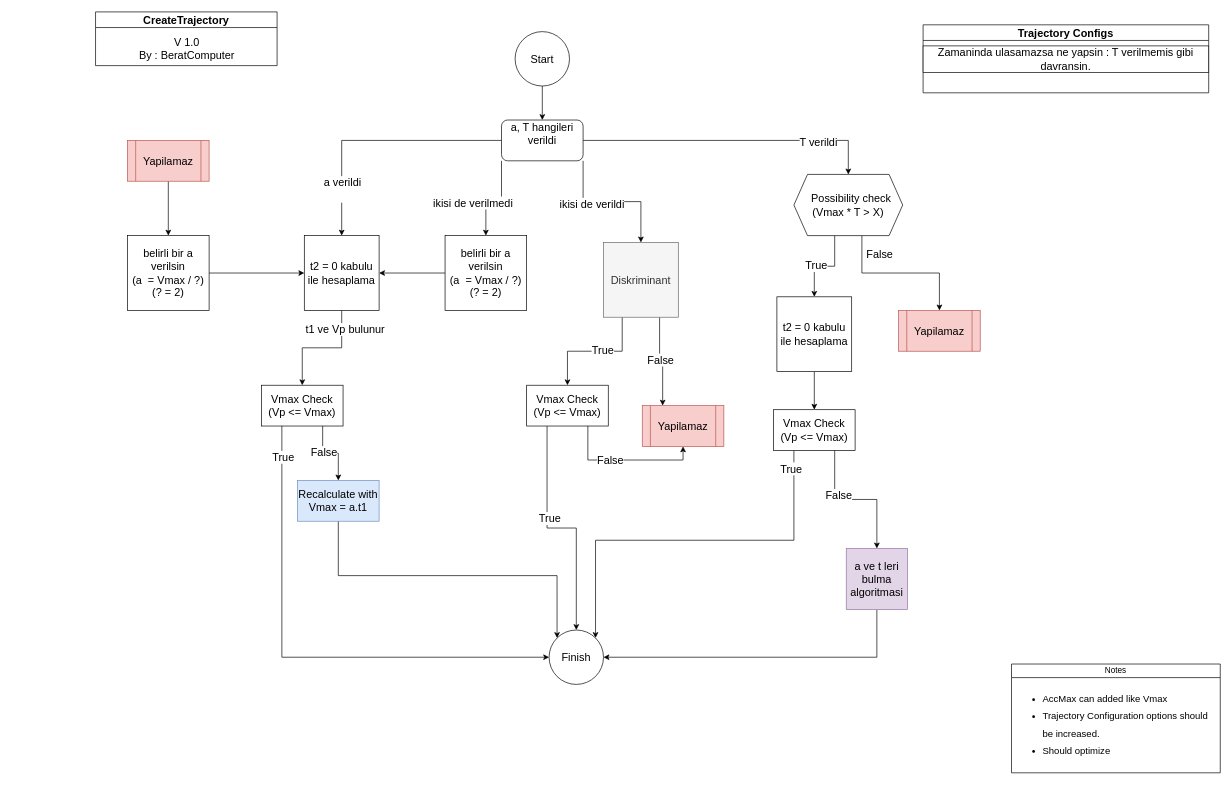
beratcomputer/ramp_trajectory keeps this draw.io diagram as Untitled Diagram.drawio. Above is the earlier version. Source tidied: cells renumbered, new cells numbered last; positions are measured from the earlier drawing's top-left corner, leaving out a move shared by most shapes. Both pictures are drawn from the tidied source at 68%, with x=0, y=0 at pixel (95, 12).
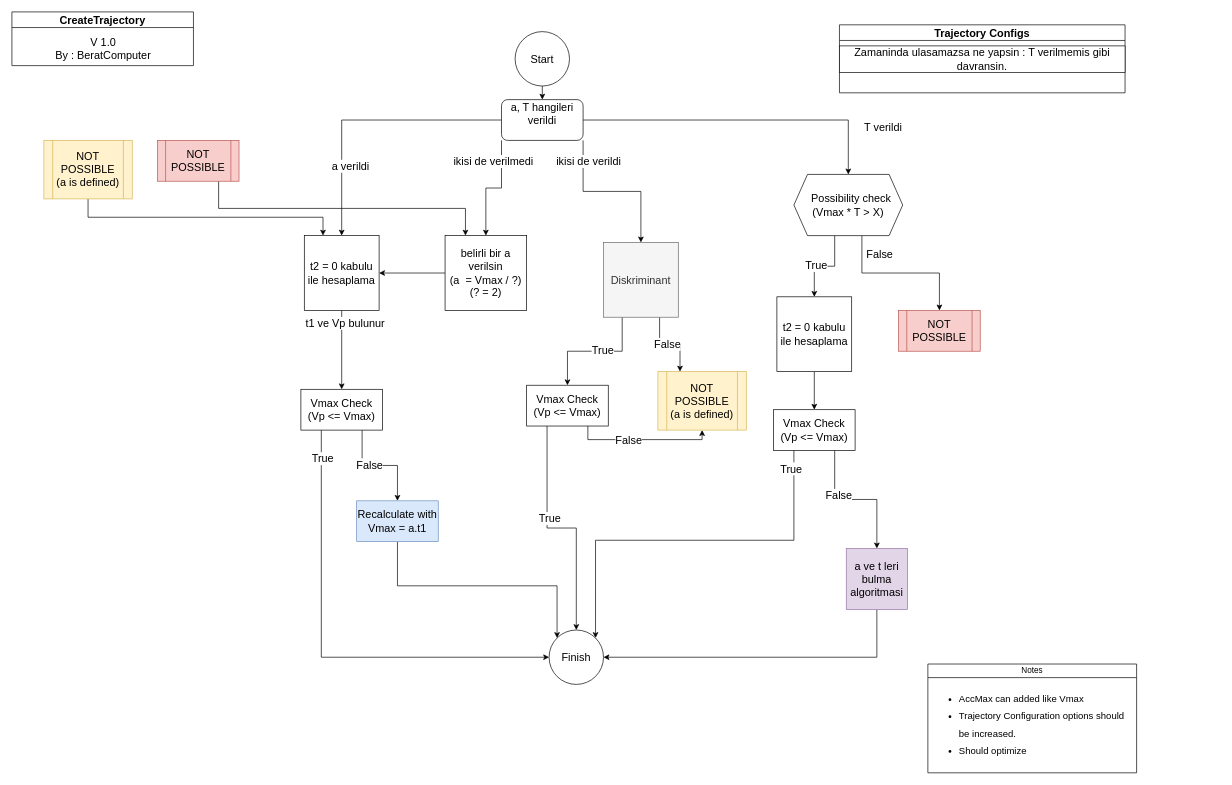
Above is the later version.

Unchanged cells that the change refers to:
```xml
<mxCell id="4" style="edgeStyle=orthogonalEdgeStyle;rounded=0;jettySize=auto;html=1;entryX=0.5;entryY=0;entryDx=0;entryDy=0;fontSize=16;exitX=1;exitY=1;exitDx=0;exitDy=0;" parent="1" edge="1" source="10" target="15">
  <mxGeometry relative="1" as="geometry" />
</mxCell>
<mxCell id="6" style="edgeStyle=orthogonalEdgeStyle;rounded=0;jettySize=auto;html=1;exitX=0;exitY=1;exitDx=0;exitDy=0;entryX=0.5;entryY=0;entryDx=0;entryDy=0;fontSize=16;" parent="1" edge="1" source="10" target="55">
  <mxGeometry relative="1" as="geometry" />
</mxCell>
<mxCell id="8" style="edgeStyle=orthogonalEdgeStyle;rounded=0;jettySize=auto;html=1;exitX=1;exitY=0.5;exitDx=0;exitDy=0;entryX=0.5;entryY=0;entryDx=0;entryDy=0;fontSize=16;" parent="1" edge="1" source="10" target="45">
  <mxGeometry relative="1" as="geometry" />
</mxCell>
<mxCell id="23" value="t2 = 0 kabulu ile hesaplama" style="whiteSpace=wrap;html=1;fontSize=16;" parent="1" vertex="1">
  <mxGeometry x="307" y="329" width="110" height="110" as="geometry" />
</mxCell>
<mxCell id="24" value="Finish" style="ellipse;whiteSpace=wrap;html=1;fontSize=16;" parent="1" vertex="1">
  <mxGeometry x="667" y="909" width="80" height="80" as="geometry" />
</mxCell>
<mxCell id="55" value="belirli bir a verilsin&lt;br&gt;(a&amp;nbsp; = Vmax / ?)&lt;br&gt;(? = 2)" style="rounded=0;whiteSpace=wrap;html=1;fontSize=16;" parent="1" vertex="1">
  <mxGeometry x="514" y="329" width="120" height="110" as="geometry" />
</mxCell>
```

Diff of the diagram source:
```diff
@@
-    <mxCell id="2" style="edgeStyle=orthogonalEdgeStyle;rounded=0;jettySize=auto;html=1;exitX=0;exitY=0.5;exitDx=0;exitDy=0;fontSize=16;entryX=0.5;entryY=0;entryDx=0;entryDy=0;" parent="1" edge="1" source="10" target="23">
+    <mxCell id="2" style="edgeStyle=orthogonalEdgeStyle;rounded=0;jettySize=auto;html=1;fontSize=16;entryX=0.5;entryY=0;entryDx=0;entryDy=0;exitX=0;exitY=0.5;exitDx=0;exitDy=0;" parent="1" edge="1" source="10" target="23">
       <mxGeometry relative="1" as="geometry">
         <Array as="points">
-          <mxPoint x="362" y="189" />
+          <mxPoint x="362" y="159" />
         </Array>
       </mxGeometry>
     </mxCell>
-    <mxCell id="3" value="a verildi&lt;div style=&quot;font-size: 16px;&quot;&gt;&lt;br style=&quot;font-size: 16px;&quot;&gt;&lt;/div&gt;" style="edgeLabel;html=1;align=center;verticalAlign=middle;fontSize=16;" parent="2" vertex="1">
-      <mxGeometry x="0.63" relative="1" as="geometry" />
+    <mxCell id="3" value="a verildi" style="edgeLabel;html=1;align=center;verticalAlign=middle;fontSize=16;" parent="2" vertex="1">
+      <mxGeometry x="0.63" relative="1" as="geometry">
+        <mxPoint x="12" y="-28" as="offset" />
+      </mxGeometry>
     </mxCell>
@@
     <mxCell id="5" value="ikisi de verildi" style="edgeLabel;html=1;align=center;verticalAlign=middle;fontSize=16;" parent="4" vertex="1">
       <mxGeometry x="-0.3" y="-4" relative="1" as="geometry">
-        <mxPoint y="-1" as="offset" />
+        <mxPoint y="-49" as="offset" />
       </mxGeometry>
     </mxCell>
@@
     <mxCell id="7" value="ikisi de verilmedi" style="edgeLabel;html=1;align=center;verticalAlign=middle;fontSize=16;" parent="6" vertex="1">
       <mxGeometry x="-0.3" y="-6" relative="1" as="geometry">
-        <mxPoint x="-37" y="14" as="offset" />
+        <mxPoint x="-7" y="-27" as="offset" />
       </mxGeometry>
     </mxCell>
@@
     <mxCell id="9" value="T verildi" style="edgeLabel;html=1;align=center;verticalAlign=middle;fontSize=16;" parent="8" vertex="1">
       <mxGeometry x="0.57" y="-3" relative="1" as="geometry">
-        <mxPoint y="-1" as="offset" />
+        <mxPoint x="71" y="7" as="offset" />
       </mxGeometry>
     </mxCell>
     <mxCell id="10" value="a, T hangileri verildi&lt;div style=&quot;font-size: 16px;&quot;&gt;&lt;br style=&quot;font-size: 16px;&quot;&gt;&lt;/div&gt;" style="rounded=1;whiteSpace=wrap;html=1;fontSize=16;" parent="1" vertex="1">
-      <mxGeometry x="597" y="159" width="120" height="60" as="geometry" />
+      <mxGeometry x="597" y="129" width="120" height="60" as="geometry" />
     </mxCell>
@@
-    <mxCell id="25" style="edgeStyle=orthogonalEdgeStyle;rounded=0;jettySize=auto;html=1;exitX=0.25;exitY=1;exitDx=0;exitDy=0;entryX=0;entryY=0.5;entryDx=0;entryDy=0;fontSize=16;" parent="1" edge="1" source="29" target="24">
+    <mxCell id="25" style="edgeStyle=orthogonalEdgeStyle;rounded=0;jettySize=auto;html=1;entryX=0;entryY=0.5;entryDx=0;entryDy=0;fontSize=16;exitX=0.25;exitY=1;exitDx=0;exitDy=0;" parent="1" edge="1" source="29" target="24">
       <mxGeometry relative="1" as="geometry" />
     </mxCell>
@@
-    <mxCell id="27" style="edgeStyle=orthogonalEdgeStyle;rounded=0;jettySize=auto;html=1;exitX=0.75;exitY=1;exitDx=0;exitDy=0;entryX=0.5;entryY=0;entryDx=0;entryDy=0;fontSize=16;" parent="1" edge="1" source="29" target="31">
+    <mxCell id="27" style="edgeStyle=orthogonalEdgeStyle;rounded=0;jettySize=auto;html=1;entryX=0.5;entryY=0;entryDx=0;entryDy=0;fontSize=16;exitX=0.75;exitY=1;exitDx=0;exitDy=0;" parent="1" edge="1" source="29" target="31">
       <mxGeometry relative="1" as="geometry" />
     </mxCell>
@@
     <mxCell id="29" value="Vmax Check&lt;div style=&quot;font-size: 16px;&quot;&gt;(Vp &amp;lt;= Vmax)&lt;/div&gt;" style="rounded=0;whiteSpace=wrap;html=1;fontSize=16;" parent="1" vertex="1">
-      <mxGeometry x="244" y="549" width="120" height="60" as="geometry" />
+      <mxGeometry x="302" y="555" width="120" height="60" as="geometry" />
     </mxCell>
@@
     <mxCell id="31" value="Recalculate with&lt;br style=&quot;font-size: 16px;&quot;&gt;Vmax = a.t1" style="rounded=0;whiteSpace=wrap;html=1;fillColor=#dae8fc;strokeColor=#6c8ebf;fontSize=16;" parent="1" vertex="1">
-      <mxGeometry x="297" y="689" width="120" height="60" as="geometry" />
+      <mxGeometry x="384" y="719" width="120" height="60" as="geometry" />
     </mxCell>
@@
-    <mxCell id="39" value="Yapilamaz" style="shape=process;whiteSpace=wrap;html=1;backgroundOutline=1;fillColor=#f8cecc;strokeColor=#b85450;fontSize=16;" parent="1" vertex="1">
-      <mxGeometry x="804" y="579" width="120" height="60" as="geometry" />
+    <mxCell id="39" value="NOT POSSIBLE&lt;br&gt;(a is defined)" style="shape=process;whiteSpace=wrap;html=1;backgroundOutline=1;fillColor=#fff2cc;strokeColor=#d6b656;fontSize=16;" parent="1" vertex="1">
+      <mxGeometry x="827" y="529" width="130" height="86" as="geometry" />
     </mxCell>
-    <mxCell id="40" value="Yapilamaz" style="shape=process;whiteSpace=wrap;html=1;backgroundOutline=1;fillColor=#f8cecc;strokeColor=#b85450;fontSize=16;" parent="1" vertex="1">
+    <mxCell id="40" value="NOT POSSIBLE" style="shape=process;whiteSpace=wrap;html=1;backgroundOutline=1;fillColor=#f8cecc;strokeColor=#b85450;fontSize=16;" parent="1" vertex="1">
       <mxGeometry x="1181" y="439" width="120" height="60" as="geometry" />
     </mxCell>
@@
     <mxCell id="46" value="CreateTrajectory" style="swimlane;whiteSpace=wrap;html=1;fontSize=16;" parent="1" vertex="1">
-      <mxGeometry width="267" height="79" as="geometry" />
+      <mxGeometry x="-123" width="267" height="79" as="geometry" />
     </mxCell>
@@
     <mxCell id="48" value="Notes" style="swimlane;fontStyle=0;horizontal=1;startSize=20;whiteSpace=wrap;html=1;" parent="1" vertex="1">
-      <mxGeometry x="1347" y="959" width="307" height="160" as="geometry" />
+      <mxGeometry x="1224" y="959" width="307" height="160" as="geometry" />
     </mxCell>
@@
     <mxCell id="56" value="Trajectory Configs" style="swimlane;whiteSpace=wrap;html=1;fontSize=16;" parent="1" vertex="1">
-      <mxGeometry x="1217" y="19" width="420" height="100" as="geometry" />
+      <mxGeometry x="1094" y="19" width="420" height="100" as="geometry" />
     </mxCell>
@@
-    <mxCell id="58" style="edgeStyle=orthogonalEdgeStyle;rounded=0;jettySize=auto;html=1;exitX=0.5;exitY=1;exitDx=0;exitDy=0;entryX=0.5;entryY=0;entryDx=0;entryDy=0;" parent="1" edge="1" source="59" target="61">
-      <mxGeometry relative="1" as="geometry" />
-    </mxCell>
+    <mxCell id="62" style="edgeStyle=orthogonalEdgeStyle;rounded=0;jettySize=auto;html=1;exitX=0.75;exitY=1;exitDx=0;exitDy=0;entryX=0.25;entryY=0;entryDx=0;entryDy=0;" parent="1" edge="1" source="59" target="55">
+      <mxGeometry relative="1" as="geometry" />
+    </mxCell>
-    <mxCell id="59" value="Yapilamaz" style="shape=process;whiteSpace=wrap;html=1;backgroundOutline=1;fillColor=#f8cecc;strokeColor=#b85450;fontSize=16;" parent="1" vertex="1">
-      <mxGeometry x="47" y="189" width="120" height="60" as="geometry" />
+    <mxCell id="59" value="NOT POSSIBLE" style="shape=process;whiteSpace=wrap;html=1;backgroundOutline=1;fillColor=#f8cecc;strokeColor=#b85450;fontSize=16;" parent="1" vertex="1">
+      <mxGeometry x="91" y="189" width="120" height="60" as="geometry" />
     </mxCell>
-    <mxCell id="60" style="edgeStyle=orthogonalEdgeStyle;rounded=0;jettySize=auto;html=1;exitX=1;exitY=0.5;exitDx=0;exitDy=0;entryX=0;entryY=0.5;entryDx=0;entryDy=0;" parent="1" edge="1" source="61" target="23">
-      <mxGeometry relative="1" as="geometry" />
-    </mxCell>
-    <mxCell id="61" value="belirli bir a verilsin&lt;br&gt;(a&amp;nbsp; = Vmax / ?)&lt;br&gt;(? = 2)" style="rounded=0;whiteSpace=wrap;html=1;fontSize=16;" parent="1" vertex="1">
-      <mxGeometry x="47" y="329" width="120" height="110" as="geometry" />
-    </mxCell>
+    <mxCell id="63" style="edgeStyle=orthogonalEdgeStyle;rounded=0;jettySize=auto;html=1;exitX=0.5;exitY=1;exitDx=0;exitDy=0;entryX=0.25;entryY=0;entryDx=0;entryDy=0;" parent="1" edge="1" source="64" target="23">
+      <mxGeometry relative="1" as="geometry" />
+    </mxCell>
+    <mxCell id="64" value="NOT POSSIBLE&lt;br&gt;(a is defined)" style="shape=process;whiteSpace=wrap;html=1;backgroundOutline=1;fillColor=#fff2cc;strokeColor=#d6b656;fontSize=16;" parent="1" vertex="1">
+      <mxGeometry x="-76" y="189" width="130" height="86" as="geometry" />
+    </mxCell>
```
